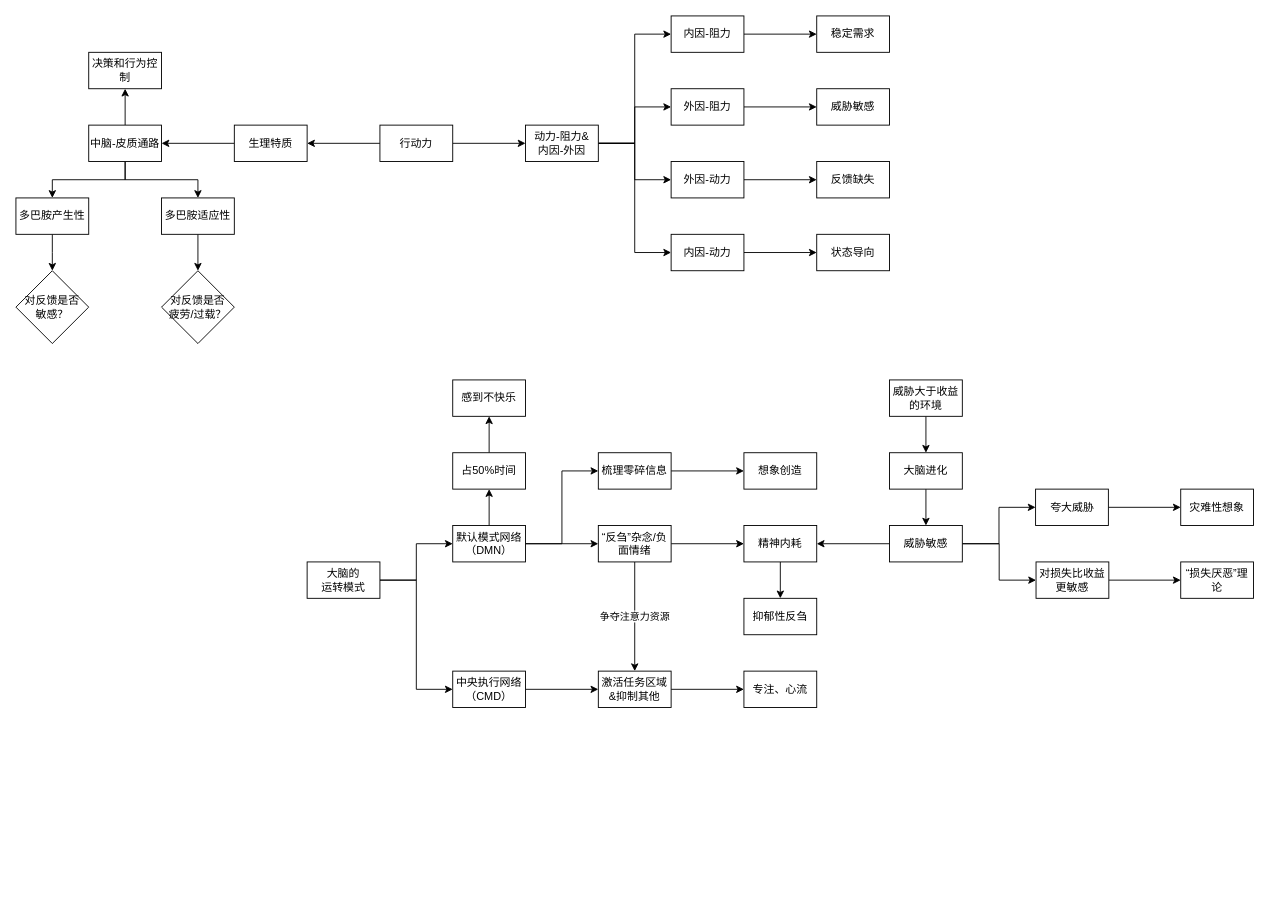
Above: 果断行动.drawio in youyusan/open_mind (draw.io), before the change. Source tidied: cells renumbered, new cells numbered last; positions are measured from the earlier drawing's top-left corner, leaving out a move shared by most shapes. Both pictures are drawn from the tidied source at 91%, with x=0, y=0 at pixel (15, 15).
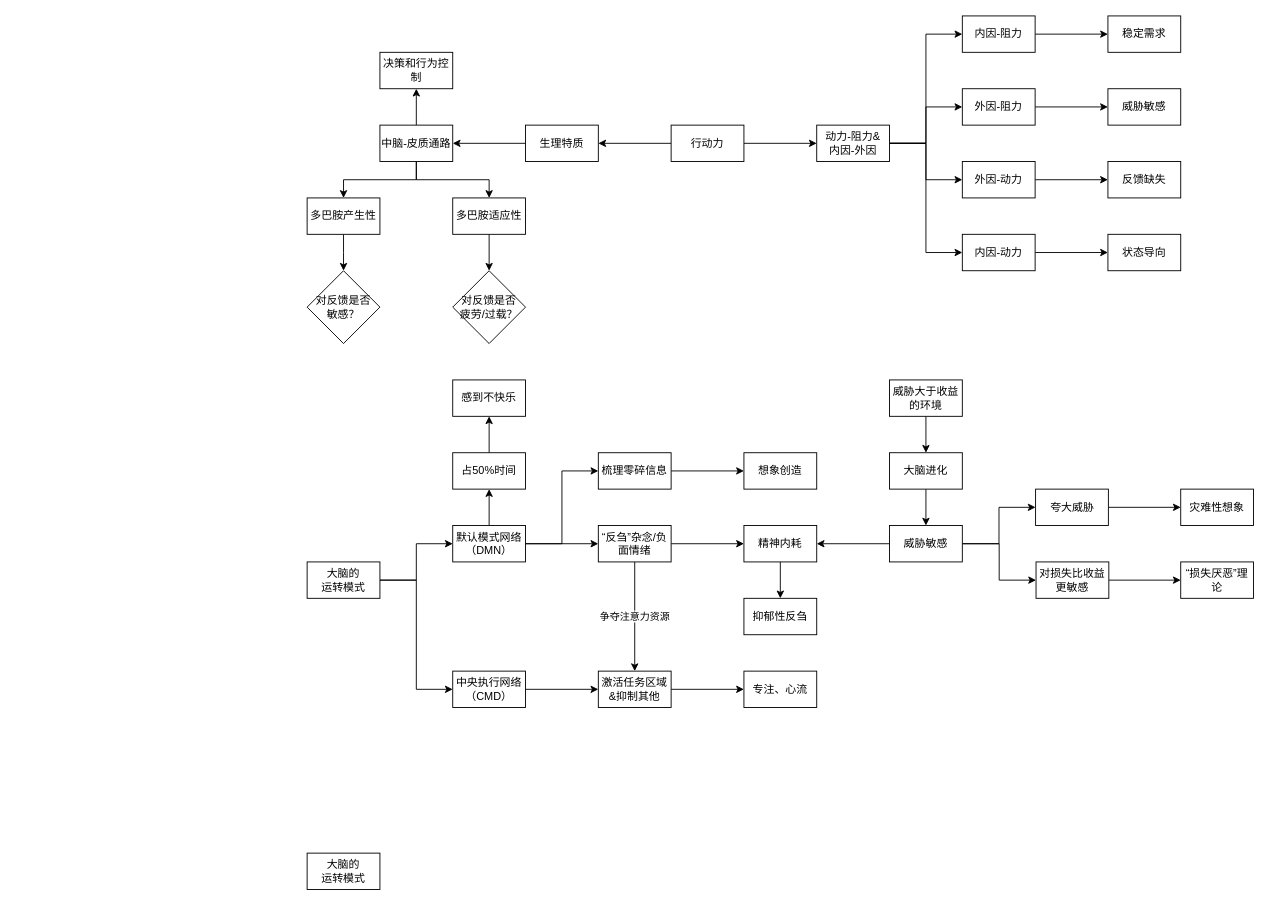
The same page after the edit.

Commit message:
更新果断行动.drawio

The edit, as a diff of the source:
```diff
@@
     <mxCell id="4" value="行动力" style="rounded=0;whiteSpace=wrap;html=1;" parent="1" vertex="1">
-      <mxGeometry x="400" y="120" width="80" height="40" as="geometry" />
+      <mxGeometry x="720" y="120" width="80" height="40" as="geometry" />
     </mxCell>
@@
     <mxCell id="6" value="生理特质" style="rounded=0;whiteSpace=wrap;html=1;" parent="1" vertex="1">
-      <mxGeometry x="240" y="120" width="80" height="40" as="geometry" />
+      <mxGeometry x="560" y="120" width="80" height="40" as="geometry" />
     </mxCell>
@@
     <mxCell id="10" value="中脑-皮质通路" style="rounded=0;whiteSpace=wrap;html=1;" parent="1" vertex="1">
-      <mxGeometry x="80" y="120" width="80" height="40" as="geometry" />
+      <mxGeometry x="400" y="120" width="80" height="40" as="geometry" />
     </mxCell>
     <mxCell id="11" value="决策和行为控制" style="rounded=0;whiteSpace=wrap;html=1;" parent="1" vertex="1">
-      <mxGeometry x="80" y="40" width="80" height="40" as="geometry" />
+      <mxGeometry x="400" y="40" width="80" height="40" as="geometry" />
     </mxCell>
     <mxCell id="12" style="edgeStyle=orthogonalEdgeStyle;rounded=0;jettySize=auto;html=1;entryX=0.5;entryY=0;entryDx=0;entryDy=0;" parent="1" edge="1" source="13">
       <mxGeometry relative="1" as="geometry">
-        <mxPoint x="40" y="280" as="targetPoint" />
+        <mxPoint x="360" y="280" as="targetPoint" />
       </mxGeometry>
     </mxCell>
     <mxCell id="13" value="多巴胺产生性" style="rounded=0;whiteSpace=wrap;html=1;" parent="1" vertex="1">
-      <mxGeometry y="200" width="80" height="40" as="geometry" />
+      <mxGeometry x="320" y="200" width="80" height="40" as="geometry" />
     </mxCell>
@@
     <mxCell id="15" value="多巴胺适应性" style="rounded=0;whiteSpace=wrap;html=1;" parent="1" vertex="1">
-      <mxGeometry x="160" y="200" width="80" height="40" as="geometry" />
+      <mxGeometry x="480" y="200" width="80" height="40" as="geometry" />
     </mxCell>
     <mxCell id="16" value="对反馈是否&lt;br&gt;敏感？" style="rhombus;whiteSpace=wrap;html=1;" parent="1" vertex="1">
-      <mxGeometry y="280" width="80" height="80" as="geometry" />
+      <mxGeometry x="320" y="280" width="80" height="80" as="geometry" />
     </mxCell>
     <mxCell id="17" value="对反馈是否&lt;br&gt;疲劳/过载？" style="rhombus;whiteSpace=wrap;html=1;" parent="1" vertex="1">
-      <mxGeometry x="160" y="280" width="80" height="80" as="geometry" />
+      <mxGeometry x="480" y="280" width="80" height="80" as="geometry" />
     </mxCell>
@@
     <mxCell id="22" value="动力-阻力&amp;amp;&lt;br&gt;内因-外因" style="rounded=0;whiteSpace=wrap;html=1;" parent="1" vertex="1">
-      <mxGeometry x="560" y="120" width="80" height="40" as="geometry" />
+      <mxGeometry x="880" y="120" width="80" height="40" as="geometry" />
     </mxCell>
@@
     <mxCell id="24" value="内因-阻力" style="rounded=0;whiteSpace=wrap;html=1;" parent="1" vertex="1">
-      <mxGeometry x="720" width="80" height="40" as="geometry" />
+      <mxGeometry x="1040" width="80" height="40" as="geometry" />
     </mxCell>
@@
     <mxCell id="26" value="外因-阻力" style="rounded=0;whiteSpace=wrap;html=1;" parent="1" vertex="1">
-      <mxGeometry x="720" y="80" width="80" height="40" as="geometry" />
+      <mxGeometry x="1040" y="80" width="80" height="40" as="geometry" />
     </mxCell>
@@
     <mxCell id="28" value="外因-动力" style="rounded=0;whiteSpace=wrap;html=1;" parent="1" vertex="1">
-      <mxGeometry x="720" y="160" width="80" height="40" as="geometry" />
+      <mxGeometry x="1040" y="160" width="80" height="40" as="geometry" />
     </mxCell>
@@
     <mxCell id="30" value="内因-动力" style="rounded=0;whiteSpace=wrap;html=1;" parent="1" vertex="1">
-      <mxGeometry x="720" y="240" width="80" height="40" as="geometry" />
+      <mxGeometry x="1040" y="240" width="80" height="40" as="geometry" />
     </mxCell>
     <mxCell id="31" value="稳定需求" style="rounded=0;whiteSpace=wrap;html=1;" parent="1" vertex="1">
-      <mxGeometry x="880" width="80" height="40" as="geometry" />
+      <mxGeometry x="1200" width="80" height="40" as="geometry" />
     </mxCell>
     <mxCell id="32" value="威胁敏感" style="rounded=0;whiteSpace=wrap;html=1;" parent="1" vertex="1">
-      <mxGeometry x="880" y="80" width="80" height="40" as="geometry" />
+      <mxGeometry x="1200" y="80" width="80" height="40" as="geometry" />
     </mxCell>
     <mxCell id="33" value="反馈缺失" style="rounded=0;whiteSpace=wrap;html=1;" parent="1" vertex="1">
-      <mxGeometry x="880" y="160" width="80" height="40" as="geometry" />
+      <mxGeometry x="1200" y="160" width="80" height="40" as="geometry" />
     </mxCell>
     <mxCell id="34" value="状态导向" style="rounded=0;whiteSpace=wrap;html=1;" parent="1" vertex="1">
-      <mxGeometry x="880" y="240" width="80" height="40" as="geometry" />
+      <mxGeometry x="1200" y="240" width="80" height="40" as="geometry" />
     </mxCell>
@@
+    <mxCell id="73" value="&lt;span style=&quot;text-align: left;&quot;&gt;大脑的&lt;br&gt;运转模式&lt;/span&gt;" style="rounded=0;whiteSpace=wrap;html=1;" parent="1" vertex="1">
+      <mxGeometry x="320" y="920" width="80" height="40" as="geometry" />
+    </mxCell>
```
